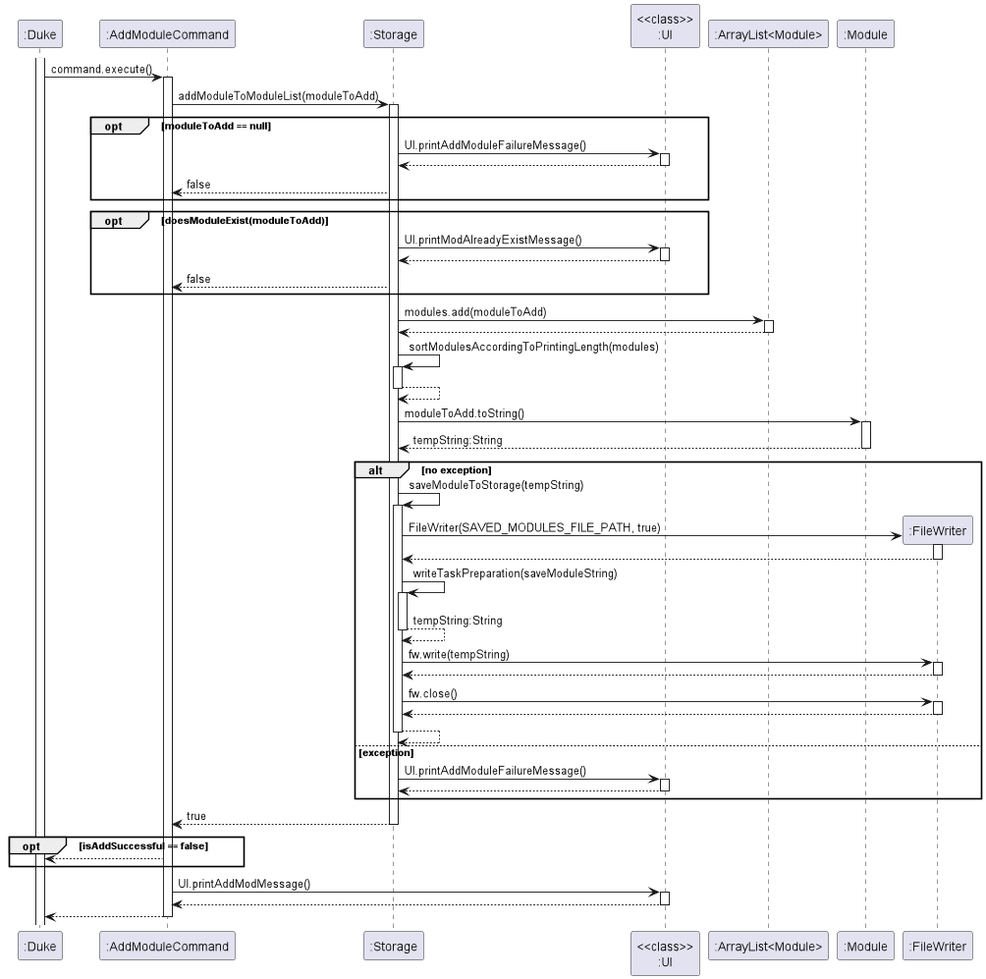
This is docs/diagrams/Storage/StorageAddModule.png from nus-cs2113-AY2223S2/tp, a PlantUML export, as it was before one commit.
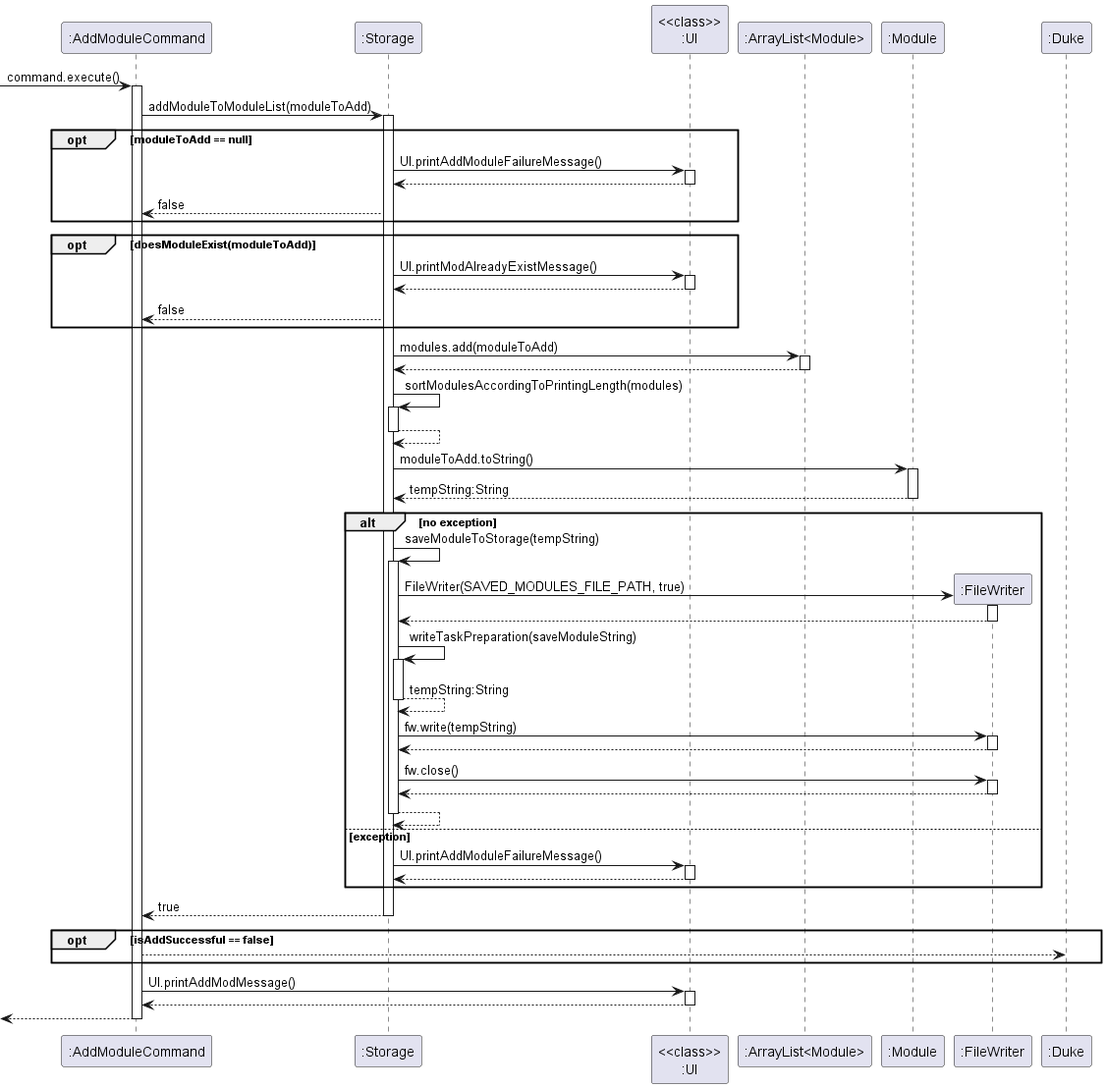
Above is the later version.

Commit message:
Remove Duke in Sequence Diagram

Diff of the diagram source:
```diff
@@ -1,6 +1,5 @@
 @startuml
-activate ":Duke"
-":Duke" -> ":AddModuleCommand" : command.execute()
+-> ":AddModuleCommand" : command.execute()
 activate ":AddModuleCommand"
 ":AddModuleCommand" -> ":Storage" : addModuleToModuleList(moduleToAdd)
 activate ":Storage"
@@ -72,7 +71,7 @@
 activate "<<class>>\n:UI"
 ":AddModuleCommand" <-- "<<class>>\n:UI"
 deactivate "<<class>>\n:UI"
-":Duke" <-- ":AddModuleCommand"
+<-- ":AddModuleCommand"
 deactivate ":AddModuleCommand"
 
 
```
